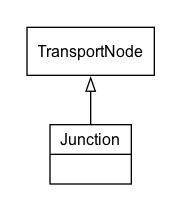
This is docs/diagrams/Junction.png from k-vaughn/5087, a Graphviz export, as it was before one commit. Its source is kept beside it as docs/diagrams/Junction.dot. Source of this version:
```dot
digraph {
	graph [overlap=false splines=true]
	node [fontname=Arial fontsize=12 shape=record]
	edge [fontname=Arial fontsize=10]
	subgraph cluster_main {
		rankdir=TB style=invis
		TransportNode [label=TransportNode]
		{
			rank=max
			Junction [label="{Junction|}"]
		}
		Junction -> TransportNode [arrowhead=onormal style=solid]
	}
	subgraph cluster_others {
		style=invis
	}
}
```
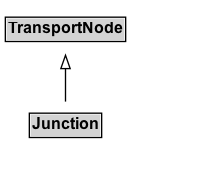
Above is the later version.

The edit, as a diff of the source:
```diff
@@ -1,17 +1,16 @@
 digraph {
-	graph [overlap=false splines=true]
-	node [fontname=Arial fontsize=12 shape=record]
+	graph [overlap=false rankdir=TB splines=true]
+	node [fontname=Arial fontsize=12 margin=0 shape=none]
 	edge [fontname=Arial fontsize=10]
-	subgraph cluster_main {
-		rankdir=TB style=invis
-		TransportNode [label=TransportNode]
-		{
-			rank=max
-			Junction [label="{Junction|}"]
-		}
-		Junction -> TransportNode [arrowhead=onormal style=solid]
+	TransportNode [label=<<TABLE BORDER="1" CELLBORDER="0" CELLSPACING="0" CELLPADDING="1"><TR><TD BGCOLOR="lightgray" ALIGN="CENTER"><B>TransportNode</B></TD></TR></TABLE>> margin=0]
+	{
+		rank=max
+		Junction [label=<<TABLE BORDER="1" CELLBORDER="0" CELLSPACING="0" CELLPADDING="1"><TR><TD BGCOLOR="lightgray" ALIGN="CENTER" PORT="e"><B>Junction</B></TD></TR></TABLE>> margin=0]
 	}
-	subgraph cluster_others {
-		style=invis
+	subgraph cluster_associated {
+		label="" style=invis
+		Invis [label=<<TABLE BORDER="0" CELLBORDER="0" CELLSPACING="0" CELLPADDING="1"><TR><TD></TD></TR></TABLE>> margin=0 style=invis]
 	}
+	Junction -> TransportNode [arrowhead=onormal style=solid]
+	Junction -> Invis [style=invis]
 }
```
